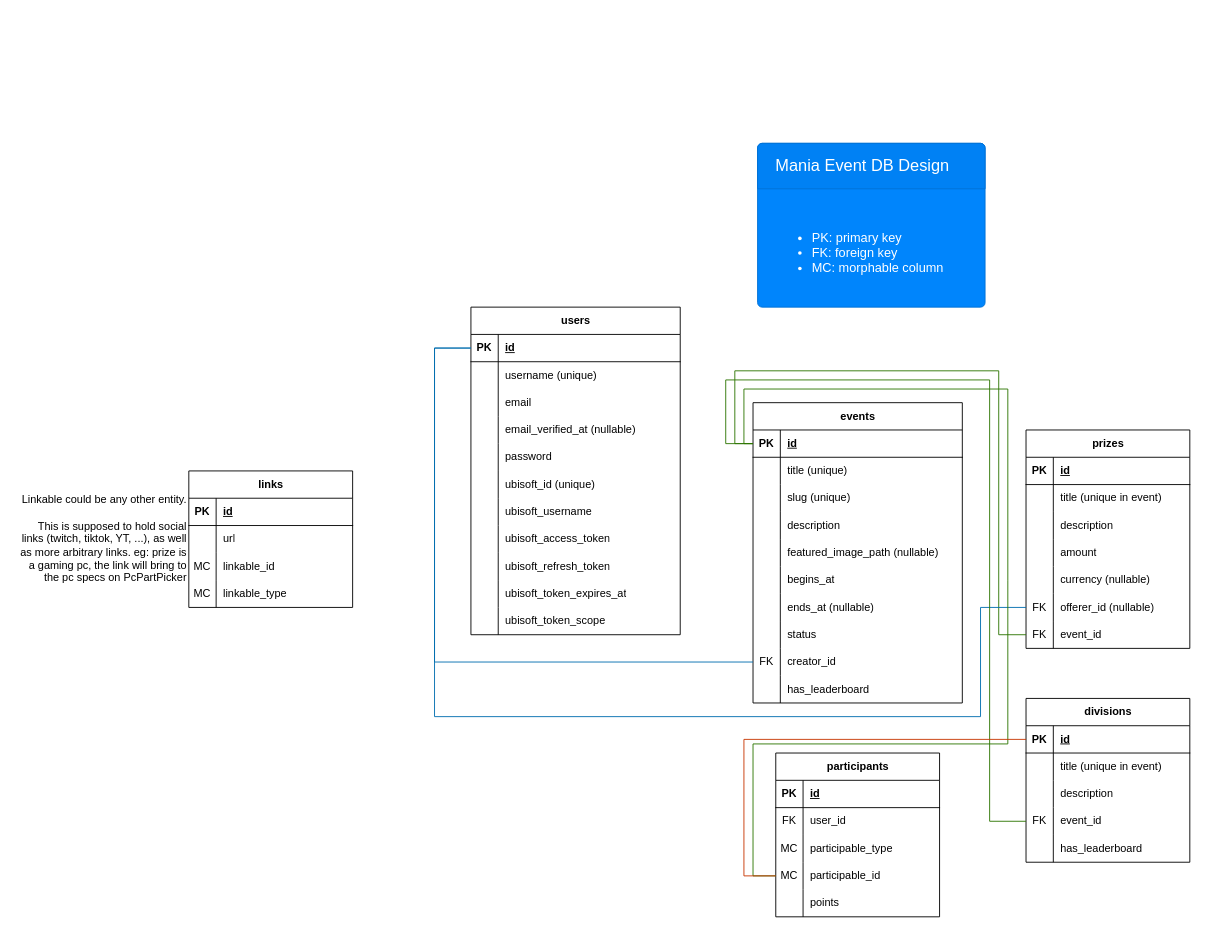
Above: docs/db.drawio in Talpx1/ManiaEvents (draw.io), before the change. Source tidied: cells renumbered, new cells numbered last; positions are measured from the earlier drawing's top-left corner, leaving out a move shared by most shapes. Both pictures are drawn from the tidied source at 91%, with x=0, y=0 at pixel (15, 143).
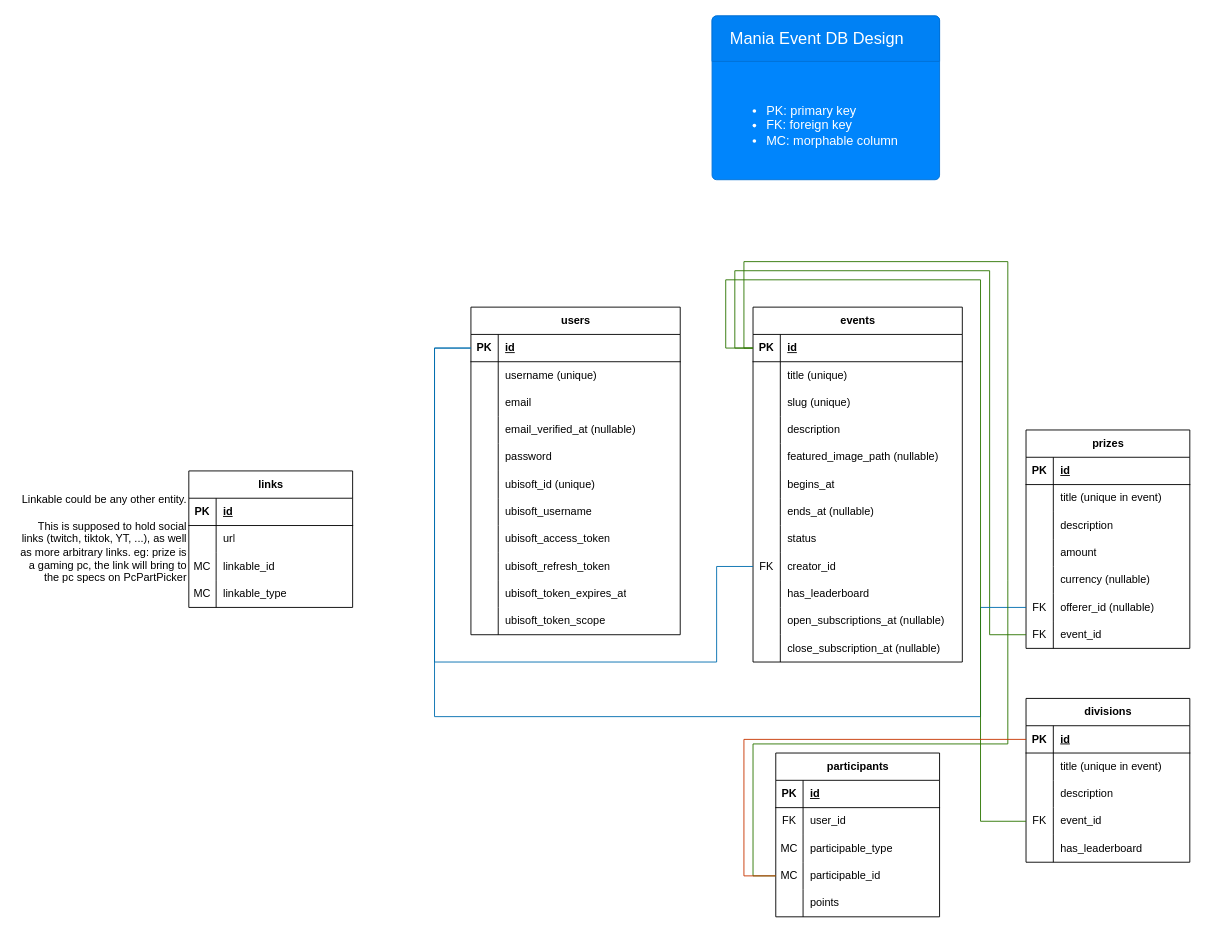
The same diagram, later.

Commit message:
docs(db design): event subscription open/close

The change refers to these unchanged cells:
```xml
<mxCell id="3" style="shape=tableRow;horizontal=0;startSize=0;swimlaneHead=0;swimlaneBody=0;fillColor=none;points=[[0,0.5],[1,0.5]];portConstraint=eastwest;top=0;left=0;right=0;bottom=1;" parent="2" vertex="1">
  <mxGeometry y="30" width="230" height="30" as="geometry" />
</mxCell>
<mxCell id="27" style="shape=tableRow;horizontal=0;startSize=0;swimlaneHead=0;swimlaneBody=0;fillColor=none;points=[[0,0.5],[1,0.5]];portConstraint=eastwest;top=0;left=0;right=0;bottom=0;" parent="2" vertex="1">
  <mxGeometry y="270" width="230" height="30" as="geometry" />
</mxCell>
<mxCell id="34" style="shape=tableRow;horizontal=0;startSize=0;swimlaneHead=0;swimlaneBody=0;fillColor=none;points=[[0,0.5],[1,0.5]];portConstraint=eastwest;top=0;left=0;right=0;bottom=1;" parent="33" vertex="1">
  <mxGeometry y="30" width="230" height="30" as="geometry" />
</mxCell>
<mxCell id="87" style="shape=tableRow;horizontal=0;startSize=0;swimlaneHead=0;swimlaneBody=0;fillColor=none;points=[[0,0.5],[1,0.5]];portConstraint=eastwest;top=0;left=0;right=0;bottom=0;" parent="68" vertex="1">
  <mxGeometry y="210" width="180" height="30" as="geometry" />
</mxCell>
<mxCell id="102" style="shape=tableRow;horizontal=0;startSize=0;swimlaneHead=0;swimlaneBody=0;fillColor=none;points=[[0,0.5],[1,0.5]];portConstraint=eastwest;top=0;left=0;right=0;bottom=0;" parent="92" vertex="1">
  <mxGeometry y="120" width="180" height="30" as="geometry" />
</mxCell>
<mxCell id="119" style="shape=tableRow;horizontal=0;startSize=0;swimlaneHead=0;swimlaneBody=0;fillColor=none;points=[[0,0.5],[1,0.5]];portConstraint=eastwest;top=0;left=0;right=0;bottom=0;" parent="109" vertex="1">
  <mxGeometry y="120" width="180" height="30" as="geometry" />
</mxCell>
```

The edit, as a diff of the source:
```diff
@@
     <mxCell id="2" value="events" style="shape=table;startSize=30;childLayout=tableLayout;rowLines=0;fontStyle=1;align=center;html=1;" parent="1" vertex="1">
-      <mxGeometry x="810" y="285" width="230" height="330" as="geometry" />
+      <mxGeometry x="810" y="180" width="230" height="390" as="geometry" />
     </mxCell>
@@
+    <mxCell id="143" style="shape=tableRow;horizontal=0;startSize=0;swimlaneHead=0;swimlaneBody=0;fillColor=none;top=0;left=0;right=0;bottom=0;" parent="2" vertex="1">
+      <mxGeometry y="330" width="230" height="30" as="geometry" />
+    </mxCell>
+    <mxCell id="144" style="shape=partialRectangle;fillColor=none;top=0;left=0;bottom=0;right=0;overflow=hidden;whiteSpace=wrap;html=1;" parent="143" vertex="1">
+      <mxGeometry width="30" height="30" as="geometry" />
+    </mxCell>
+    <mxCell id="145" value="open_subscriptions_at (nullable)" style="shape=partialRectangle;fillColor=none;top=0;left=0;bottom=0;right=0;align=left;spacingLeft=6;overflow=hidden;whiteSpace=wrap;html=1;" parent="143" vertex="1">
+      <mxGeometry x="30" width="200" height="30" as="geometry" />
+    </mxCell>
+    <mxCell id="146" style="shape=tableRow;horizontal=0;startSize=0;swimlaneHead=0;swimlaneBody=0;fillColor=none;top=0;left=0;right=0;bottom=0;" parent="2" vertex="1">
+      <mxGeometry y="360" width="230" height="30" as="geometry" />
+    </mxCell>
+    <mxCell id="147" style="shape=partialRectangle;fillColor=none;top=0;left=0;bottom=0;right=0;overflow=hidden;whiteSpace=wrap;html=1;" parent="146" vertex="1">
+      <mxGeometry width="30" height="30" as="geometry" />
+    </mxCell>
+    <mxCell id="148" value="close_subscription_at (nullable)" style="shape=partialRectangle;fillColor=none;top=0;left=0;bottom=0;right=0;align=left;spacingLeft=6;overflow=hidden;whiteSpace=wrap;html=1;" parent="146" vertex="1">
+      <mxGeometry x="30" width="200" height="30" as="geometry" />
+    </mxCell>
@@
     <mxCell id="67" style="endArrow=none;html=1;rounded=0;entryX=0;entryY=0.5;entryDx=0;entryDy=0;exitX=0;exitY=0.5;exitDx=0;exitDy=0;fillColor=#1ba1e2;strokeColor=#006EAF;" parent="1" edge="1" source="34" target="27">
       <mxGeometry relative="1" as="geometry">
         <Array as="points">
           <mxPoint x="460" y="225" />
           <mxPoint x="460" y="570" />
+          <mxPoint x="770" y="570" />
+          <mxPoint x="770" y="465" />
         </Array>
       </mxGeometry>
     </mxCell>
@@
     <mxCell id="90" style="endArrow=none;html=1;rounded=0;entryX=0;entryY=0.5;entryDx=0;entryDy=0;exitX=0;exitY=0.5;exitDx=0;exitDy=0;fillColor=#60a917;strokeColor=#2D7600;" parent="1" edge="1" source="3" target="87">
       <mxGeometry relative="1" as="geometry">
         <Array as="points">
-          <mxPoint x="790" y="330" />
-          <mxPoint x="790" y="250" />
-          <mxPoint x="1080" y="250" />
-          <mxPoint x="1080" y="540" />
+          <mxPoint x="790" y="225" />
+          <mxPoint x="790" y="140" />
+          <mxPoint x="1070" y="140" />
+          <mxPoint x="1070" y="540" />
         </Array>
       </mxGeometry>
     </mxCell>
@@
     <mxCell id="108" style="endArrow=none;html=1;rounded=0;entryX=0;entryY=0.5;entryDx=0;entryDy=0;exitX=0;exitY=0.5;exitDx=0;exitDy=0;fillColor=#60a917;strokeColor=#2D7600;" parent="1" edge="1" source="3" target="102">
       <mxGeometry relative="1" as="geometry">
         <Array as="points">
-          <mxPoint x="780" y="330" />
-          <mxPoint x="780" y="260" />
-          <mxPoint x="1070" y="260" />
-          <mxPoint x="1070" y="745" />
+          <mxPoint x="780" y="225" />
+          <mxPoint x="780" y="150" />
+          <mxPoint x="1060" y="150" />
+          <mxPoint x="1060" y="745" />
         </Array>
       </mxGeometry>
     </mxCell>
@@
     <mxCell id="125" value="&lt;ul&gt;&lt;li&gt;PK: primary key&lt;/li&gt;&lt;li&gt;FK: foreign key&lt;/li&gt;&lt;li&gt;MC: morphable column&lt;/li&gt;&lt;/ul&gt;" style="html=1;shadow=0;dashed=0;shape=mxgraph.bootstrap.rrect;rSize=5;strokeColor=#0071D5;html=1;whiteSpace=wrap;fillColor=#0085FC;fontColor=#ffffff;verticalAlign=bottom;align=left;spacing=20;spacingBottom=0;fontSize=14;" parent="1" vertex="1">
-      <mxGeometry x="815" width="250" height="180" as="geometry" />
+      <mxGeometry x="765" y="-140" width="250" height="180" as="geometry" />
     </mxCell>
@@
     <mxCell id="127" style="endArrow=none;html=1;rounded=0;entryX=0;entryY=0.5;entryDx=0;entryDy=0;exitX=0;exitY=0.5;exitDx=0;exitDy=0;fillColor=#60a917;strokeColor=#2D7600;" parent="1" edge="1" source="3" target="119">
       <mxGeometry relative="1" as="geometry">
         <Array as="points">
-          <mxPoint x="800" y="330" />
-          <mxPoint x="800" y="270" />
-          <mxPoint x="1090" y="270" />
+          <mxPoint x="800" y="225" />
+          <mxPoint x="800" y="130" />
+          <mxPoint x="1090" y="130" />
           <mxPoint x="1090" y="480" />
           <mxPoint x="1090" y="660" />
           <mxPoint x="810" y="660" />
           <mxPoint x="810" y="805" />
         </Array>
       </mxGeometry>
     </mxCell>
```
